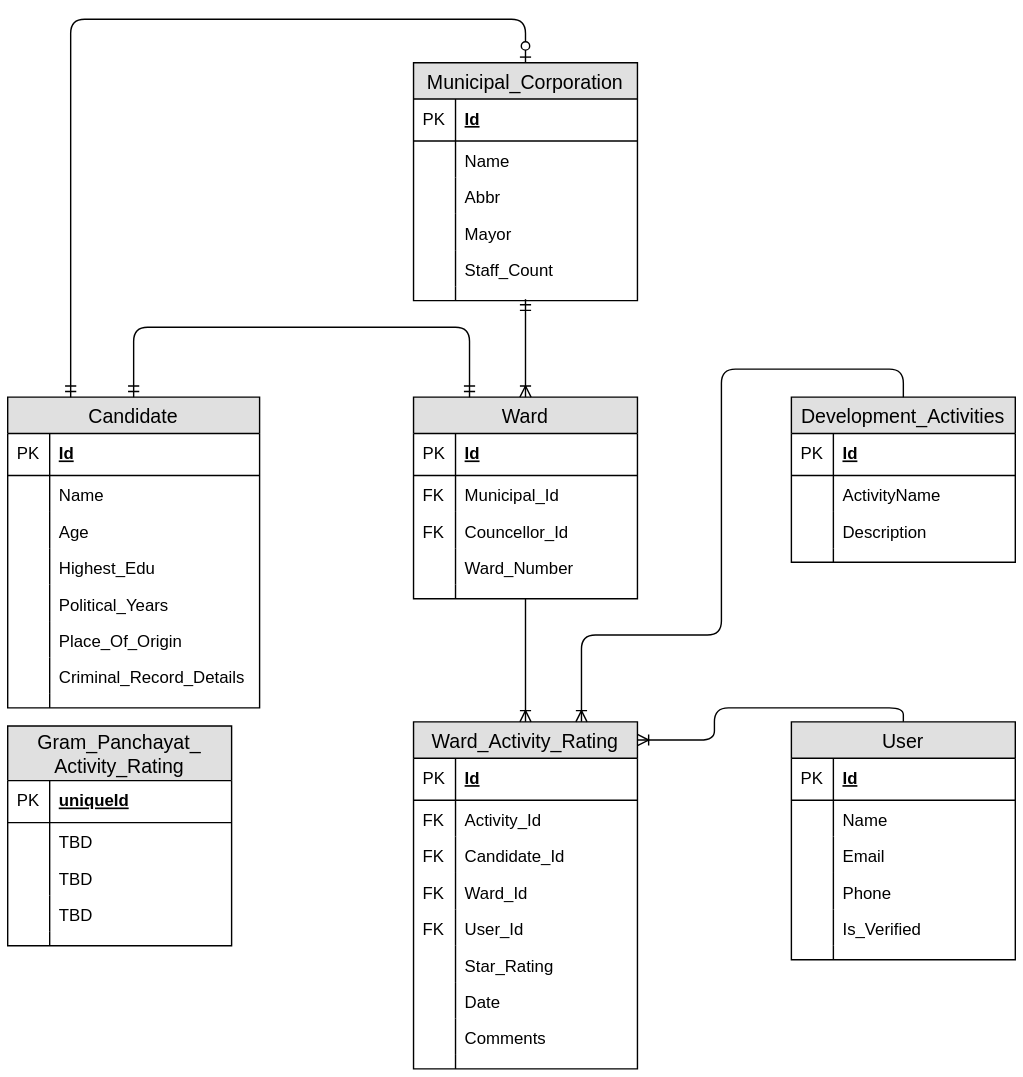
Earlier version of the draw.io export Documents/Janta Adalat ER Diagram.svg (das-arnab/Governance-Rating-Backend). Source tidied: cells renumbered, new cells last; positions are measured from the earlier drawing's top-left corner, leaving out a move shared by most shapes.
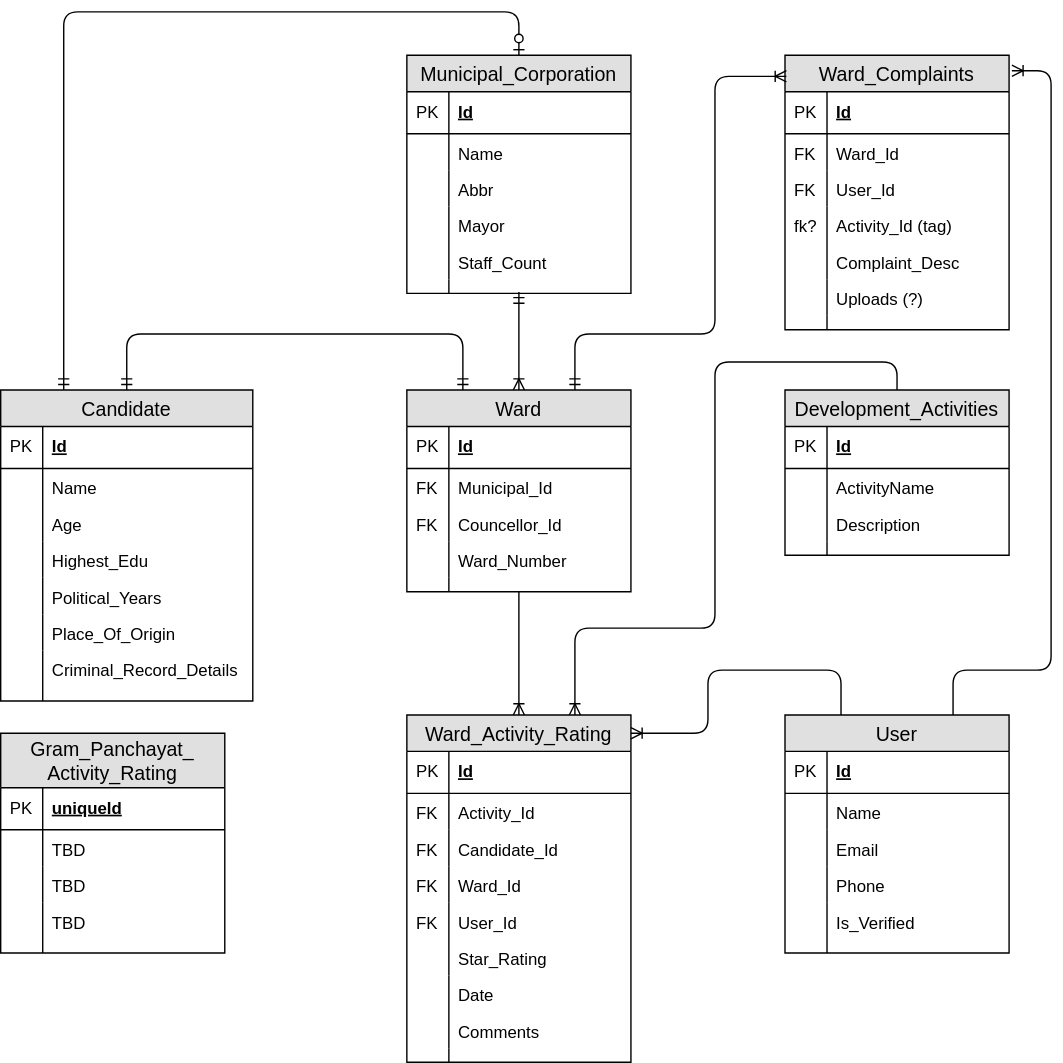
The same diagram one commit later.

Commit message:
updated ER diagram to contain ward_complaints entity

The edit, as a diff of the source:
```diff
@@ -212,13 +212,19 @@
     <mxCell id="71" style="edgeStyle=orthogonalEdgeStyle;fontSize=12;html=1;endArrow=ERmandOne;startArrow=ERmandOne;entryX=0.25;entryY=0;entryDx=0;entryDy=0;exitX=0.5;exitY=0;exitDx=0;exitDy=0;" parent="1" edge="1" source="2" target="19">
       <mxGeometry relative="1" as="geometry">
         <Array as="points">
-          <mxPoint x="90" y="220" />
-          <mxPoint x="330" y="220" />
+          <mxPoint x="90" y="230" />
+          <mxPoint x="330" y="230" />
         </Array>
       </mxGeometry>
     </mxCell>
-    <mxCell id="72" style="edgeStyle=orthogonalEdgeStyle;fontSize=12;html=1;endArrow=ERoneToMany;exitX=0.5;exitY=0;exitDx=0;exitDy=0;rounded=1;entryX=1;entryY=0.052;entryDx=0;entryDy=0;entryPerimeter=0;" parent="1" edge="1" source="39" target="52">
-      <mxGeometry relative="1" as="geometry" />
+    <mxCell id="72" style="edgeStyle=orthogonalEdgeStyle;fontSize=12;html=1;endArrow=ERoneToMany;exitX=0.25;exitY=0;exitDx=0;exitDy=0;rounded=1;entryX=1;entryY=0.052;entryDx=0;entryDy=0;entryPerimeter=0;" parent="1" edge="1" source="39" target="52">
+      <mxGeometry relative="1" as="geometry">
+        <Array as="points">
+          <mxPoint x="600" y="470" />
+          <mxPoint x="505" y="470" />
+          <mxPoint x="505" y="515" />
+        </Array>
+      </mxGeometry>
     </mxCell>
     <mxCell id="73" value="Municipal_Corporation" style="swimlane;fontStyle=0;horizontal=1;startSize=26;fillColor=#e0e0e0;swimlaneFillColor=#ffffff;align=center;fontSize=14;" parent="1" vertex="1">
       <mxGeometry x="290" y="31" width="160" height="170" as="geometry" />
@@ -276,7 +282,7 @@
       <mxGeometry relative="1" as="geometry" />
     </mxCell>
     <mxCell id="89" value="Gram_Panchayat_&#10;Activity_Rating" style="swimlane;fontStyle=0;horizontal=1;startSize=39;fillColor=#e0e0e0;swimlaneFillColor=#ffffff;align=center;fontSize=14;" parent="1" vertex="1">
-      <mxGeometry y="505" width="160" height="157" as="geometry" />
+      <mxGeometry y="515" width="160" height="157" as="geometry" />
     </mxCell>
     <mxCell id="90" value="uniqueId" style="shape=partialRectangle;top=0;left=0;right=0;bottom=1;align=left;verticalAlign=middle;fillColor=none;spacingLeft=34;spacingRight=4;overflow=hidden;fontStyle=5;fontSize=12;" parent="89" vertex="1">
       <mxGeometry y="39" width="160" height="30" as="geometry" />
@@ -316,5 +322,68 @@
         </Array>
       </mxGeometry>
     </mxCell>
+    <mxCell id="101" value="Ward_Complaints" style="swimlane;fontStyle=0;horizontal=1;startSize=26;fillColor=#e0e0e0;swimlaneFillColor=#ffffff;align=center;fontSize=14;" parent="1" vertex="1">
+      <mxGeometry x="560" y="31" width="160" height="196" as="geometry" />
+    </mxCell>
+    <mxCell id="102" value="Id" style="shape=partialRectangle;top=0;left=0;right=0;bottom=1;align=left;verticalAlign=middle;fillColor=none;spacingLeft=34;spacingRight=4;overflow=hidden;fontStyle=5;fontSize=12;" parent="101" vertex="1">
+      <mxGeometry y="26" width="160" height="30" as="geometry" />
+    </mxCell>
+    <mxCell id="103" value="PK" style="shape=partialRectangle;top=0;left=0;bottom=0;fillColor=none;align=left;verticalAlign=middle;spacingLeft=4;spacingRight=4;overflow=hidden;fontSize=12;" parent="102" vertex="1">
+      <mxGeometry width="30" height="30" as="geometry" />
+    </mxCell>
+    <mxCell id="104" value="Ward_Id" style="shape=partialRectangle;top=0;left=0;right=0;bottom=0;align=left;verticalAlign=top;fillColor=none;spacingLeft=34;spacingRight=4;overflow=hidden;fontSize=12;" parent="101" vertex="1">
+      <mxGeometry y="56" width="160" height="26" as="geometry" />
+    </mxCell>
+    <mxCell id="105" value="FK" style="shape=partialRectangle;top=0;left=0;bottom=0;fillColor=none;align=left;verticalAlign=top;spacingLeft=4;spacingRight=4;overflow=hidden;fontSize=12;" parent="104" vertex="1">
+      <mxGeometry width="30" height="26" as="geometry" />
+    </mxCell>
+    <mxCell id="106" value="User_Id" style="shape=partialRectangle;top=0;left=0;right=0;bottom=0;align=left;verticalAlign=top;fillColor=none;spacingLeft=34;spacingRight=4;overflow=hidden;fontSize=12;" parent="101" vertex="1">
+      <mxGeometry y="82" width="160" height="26" as="geometry" />
+    </mxCell>
+    <mxCell id="107" value="FK" style="shape=partialRectangle;top=0;left=0;bottom=0;fillColor=none;align=left;verticalAlign=top;spacingLeft=4;spacingRight=4;overflow=hidden;fontSize=12;" parent="106" vertex="1">
+      <mxGeometry width="30" height="26" as="geometry" />
+    </mxCell>
+    <mxCell id="108" value="Activity_Id (tag)&#10;" style="shape=partialRectangle;top=0;left=0;right=0;bottom=0;align=left;verticalAlign=top;fillColor=none;spacingLeft=34;spacingRight=4;overflow=hidden;fontSize=12;" parent="101" vertex="1">
+      <mxGeometry y="108" width="160" height="26" as="geometry" />
+    </mxCell>
+    <mxCell id="109" value="fk?" style="shape=partialRectangle;top=0;left=0;bottom=0;fillColor=none;align=left;verticalAlign=top;spacingLeft=4;spacingRight=4;overflow=hidden;fontSize=12;" parent="108" vertex="1">
+      <mxGeometry width="30" height="26" as="geometry" />
+    </mxCell>
+    <mxCell id="110" value="Complaint_Desc" style="shape=partialRectangle;top=0;left=0;right=0;bottom=0;align=left;verticalAlign=top;fillColor=none;spacingLeft=34;spacingRight=4;overflow=hidden;fontSize=12;" parent="101" vertex="1">
+      <mxGeometry y="134" width="160" height="26" as="geometry" />
+    </mxCell>
+    <mxCell id="111" style="shape=partialRectangle;top=0;left=0;bottom=0;fillColor=none;align=left;verticalAlign=top;spacingLeft=4;spacingRight=4;overflow=hidden;fontSize=12;" parent="110" vertex="1">
+      <mxGeometry width="30" height="26" as="geometry" />
+    </mxCell>
+    <mxCell id="112" value="Uploads (?)" style="shape=partialRectangle;top=0;left=0;right=0;bottom=0;align=left;verticalAlign=top;fillColor=none;spacingLeft=34;spacingRight=4;overflow=hidden;fontSize=12;" parent="101" vertex="1">
+      <mxGeometry y="160" width="160" height="26" as="geometry" />
+    </mxCell>
+    <mxCell id="113" style="shape=partialRectangle;top=0;left=0;bottom=0;fillColor=none;align=left;verticalAlign=top;spacingLeft=4;spacingRight=4;overflow=hidden;fontSize=12;" parent="112" vertex="1">
+      <mxGeometry width="30" height="26" as="geometry" />
+    </mxCell>
+    <mxCell id="114" style="shape=partialRectangle;top=0;left=0;right=0;bottom=0;align=left;verticalAlign=top;fillColor=none;spacingLeft=34;spacingRight=4;overflow=hidden;fontSize=12;" parent="101" vertex="1">
+      <mxGeometry y="186" width="160" height="10" as="geometry" />
+    </mxCell>
+    <mxCell id="115" style="shape=partialRectangle;top=0;left=0;bottom=0;fillColor=none;align=left;verticalAlign=top;spacingLeft=4;spacingRight=4;overflow=hidden;fontSize=12;" parent="114" vertex="1">
+      <mxGeometry width="30" height="10" as="geometry" />
+    </mxCell>
+    <mxCell id="116" style="edgeStyle=orthogonalEdgeStyle;fontSize=12;html=1;endArrow=ERoneToMany;startArrow=ERmandOne;exitX=0.75;exitY=0;exitDx=0;exitDy=0;entryX=0.004;entryY=0.078;entryDx=0;entryDy=0;entryPerimeter=0;" parent="1" edge="1" source="19" target="101">
+      <mxGeometry relative="1" as="geometry">
+        <Array as="points">
+          <mxPoint x="410" y="230" />
+          <mxPoint x="510" y="230" />
+          <mxPoint x="510" y="46" />
+        </Array>
+      </mxGeometry>
+    </mxCell>
+    <mxCell id="117" style="edgeStyle=orthogonalEdgeStyle;fontSize=12;html=1;endArrow=ERoneToMany;rounded=1;exitX=0.75;exitY=0;exitDx=0;exitDy=0;entryX=1.013;entryY=0.058;entryDx=0;entryDy=0;entryPerimeter=0;" parent="1" edge="1" source="39" target="101">
+      <mxGeometry relative="1" as="geometry">
+        <Array as="points">
+          <mxPoint x="680" y="470" />
+          <mxPoint x="750" y="470" />
+          <mxPoint x="750" y="42" />
+        </Array>
+      </mxGeometry>
+    </mxCell>
   </root>
 </mxGraphModel>
```
